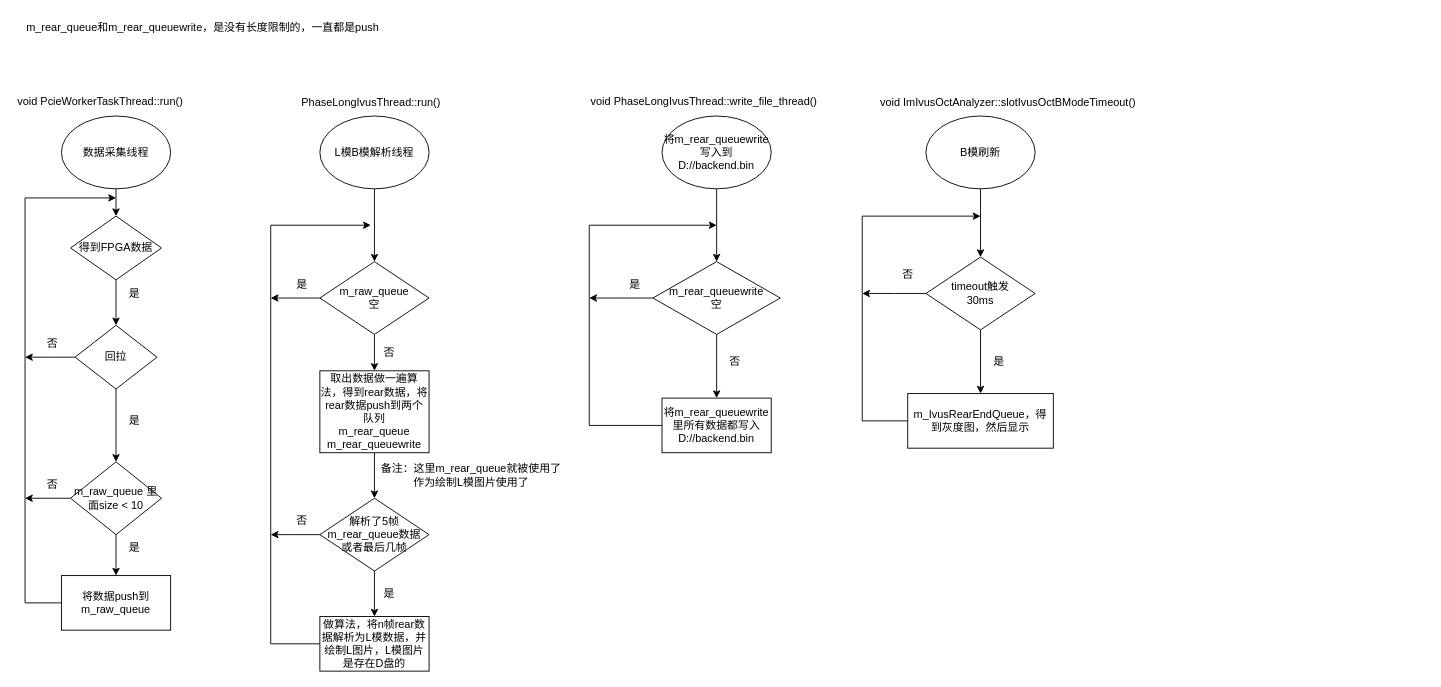
Before: 回拉流程.drawio in zhouzhihui12/Drawio_drawing, a draw.io diagram. Source tidied: cells renumbered, new cells numbered last; positions are measured from the earlier drawing's top-left corner, leaving out a move shared by most shapes. Both pictures are drawn from the tidied source at 91%, with x=0, y=0 at pixel (15, 15).
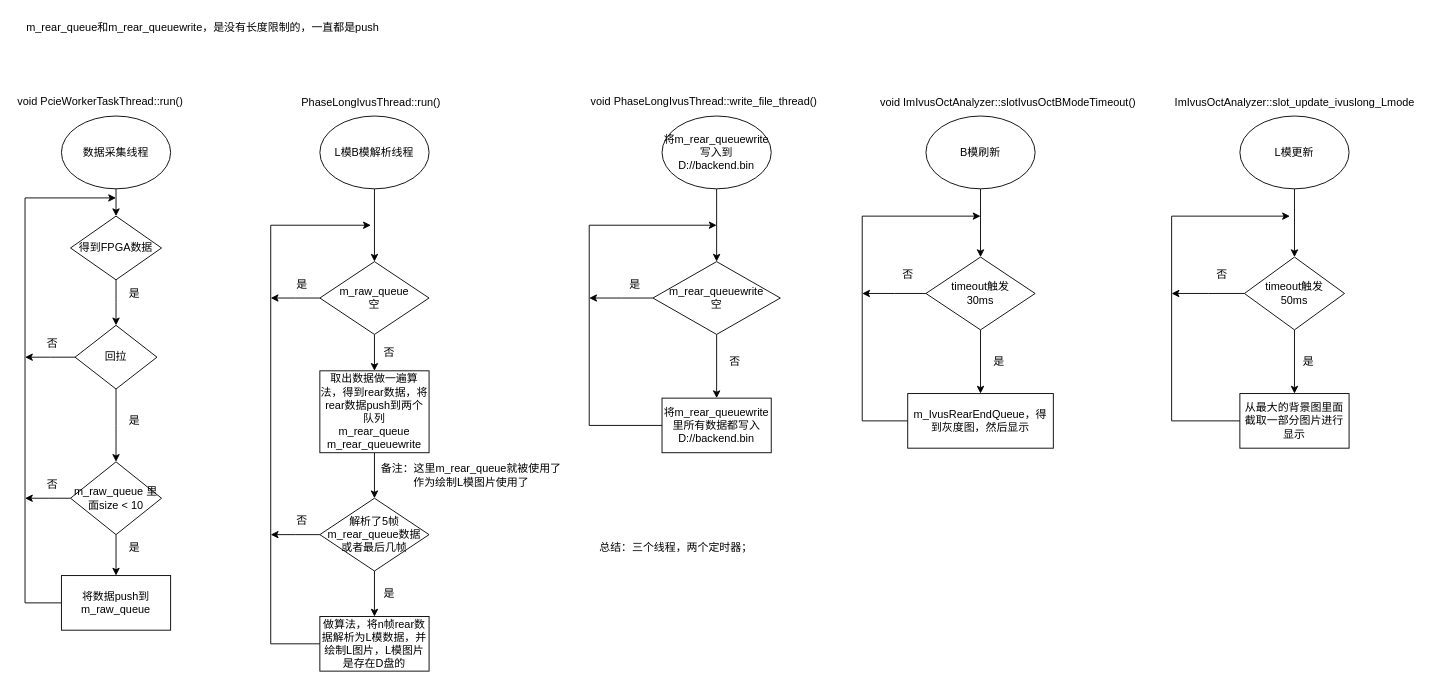
The same page after the edit.

Commit message:
更新回拉流程.drawio

Change to the diagram source:
```diff
@@
+    <mxCell id="59" style="edgeStyle=orthogonalEdgeStyle;rounded=0;jettySize=auto;html=1;" parent="1" edge="1" source="60" target="64">
+      <mxGeometry relative="1" as="geometry" />
+    </mxCell>
+    <mxCell id="60" value="L模更新" style="ellipse;whiteSpace=wrap;html=1;" parent="1" vertex="1">
+      <mxGeometry x="1345" y="110" width="120" height="80" as="geometry" />
+    </mxCell>
+    <mxCell id="61" value="ImIvusOctAnalyzer::slot_update_ivuslong_Lmode" style="text;html=1;align=center;verticalAlign=middle;strokeColor=none;fillColor=none;" parent="1" vertex="1">
+      <mxGeometry x="1260" y="80" width="290" height="30" as="geometry" />
+    </mxCell>
+    <mxCell id="62" style="edgeStyle=orthogonalEdgeStyle;rounded=0;jettySize=auto;html=1;" parent="1" edge="1" source="64" target="66">
+      <mxGeometry relative="1" as="geometry" />
+    </mxCell>
+    <mxCell id="63" style="edgeStyle=orthogonalEdgeStyle;rounded=0;jettySize=auto;html=1;" parent="1" edge="1" source="64">
+      <mxGeometry relative="1" as="geometry">
+        <mxPoint x="1270" y="305" as="targetPoint" />
+      </mxGeometry>
+    </mxCell>
+    <mxCell id="64" value="timeout触发&lt;br&gt;50ms" style="rhombus;whiteSpace=wrap;html=1;" parent="1" vertex="1">
+      <mxGeometry x="1350" y="265" width="110" height="80" as="geometry" />
+    </mxCell>
+    <mxCell id="65" style="edgeStyle=orthogonalEdgeStyle;rounded=0;jettySize=auto;html=1;" parent="1" edge="1" source="66">
+      <mxGeometry relative="1" as="geometry">
+        <mxPoint x="1400" y="220" as="targetPoint" />
+        <Array as="points">
+          <mxPoint x="1270" y="445" />
+          <mxPoint x="1270" y="220" />
+        </Array>
+      </mxGeometry>
+    </mxCell>
+    <mxCell id="66" value="从最大的背景图里面截取一部分图片进行显示" style="whiteSpace=wrap;html=1;" parent="1" vertex="1">
+      <mxGeometry x="1345" y="415" width="120" height="60" as="geometry" />
+    </mxCell>
+    <mxCell id="67" value="否" style="text;html=1;align=center;verticalAlign=middle;strokeColor=none;fillColor=none;" parent="1" vertex="1">
+      <mxGeometry x="1305" y="270" width="40" height="30" as="geometry" />
+    </mxCell>
+    <mxCell id="68" value="是" style="text;html=1;align=center;verticalAlign=middle;strokeColor=none;fillColor=none;" parent="1" vertex="1">
+      <mxGeometry x="1400" y="365" width="40" height="30" as="geometry" />
+    </mxCell>
+    <mxCell id="69" value="总结：三个线程，两个定时器；" style="text;html=1;align=center;verticalAlign=middle;strokeColor=none;fillColor=none;" parent="1" vertex="1">
+      <mxGeometry x="630" y="570" width="190" height="30" as="geometry" />
+    </mxCell>
```
